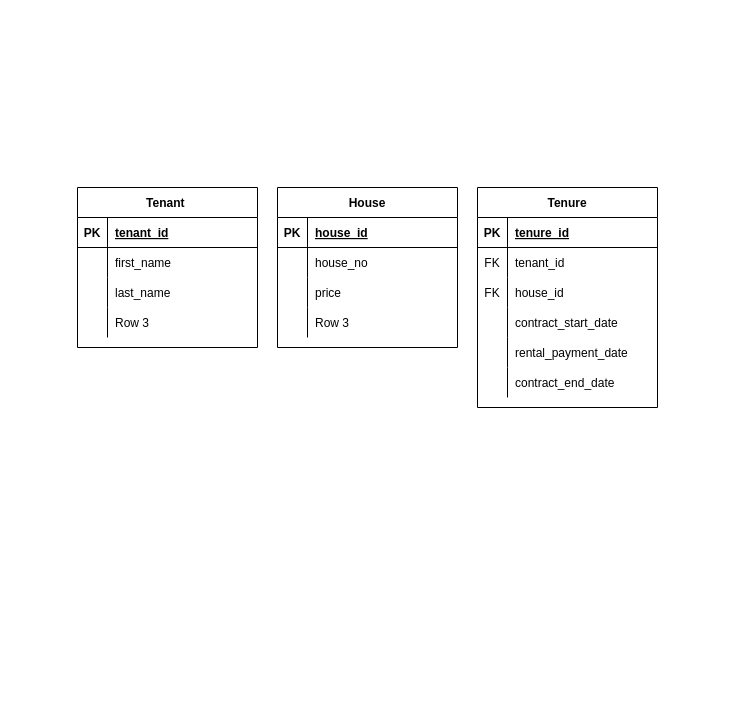
ducaoga/house_rental_pub keeps this draw.io diagram as house_rental.drawio. Above is the earlier version. Source tidied: cells renumbered, new cells numbered last; positions are measured from the earlier drawing's top-left corner, leaving out a move shared by most shapes. Both pictures are drawn from the tidied source at 100%, with x=0, y=0 at pixel (77, 187).
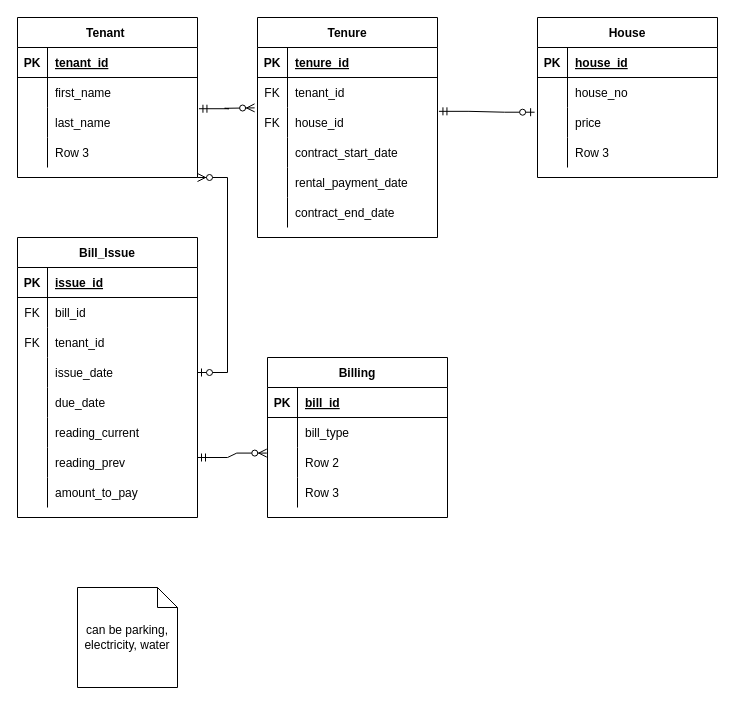
The same page after the edit.

Unchanged cells that the change refers to:
```xml
<mxCell id="9" style="shape=tableRow;horizontal=0;startSize=0;swimlaneHead=0;swimlaneBody=0;fillColor=none;points=[[0,0.5],[1,0.5]];portConstraint=eastwest;top=0;left=0;right=0;bottom=0;" parent="2" vertex="1">
  <mxGeometry y="90" width="180" height="30" as="geometry" />
</mxCell>
<mxCell id="22" style="shape=tableRow;horizontal=0;startSize=0;swimlaneHead=0;swimlaneBody=0;fillColor=none;points=[[0,0.5],[1,0.5]];portConstraint=eastwest;top=0;left=0;right=0;bottom=0;" parent="15" vertex="1">
  <mxGeometry y="90" width="180" height="30" as="geometry" />
</mxCell>
<mxCell id="41" style="shape=tableRow;horizontal=0;startSize=0;swimlaneHead=0;swimlaneBody=0;fillColor=none;points=[[0,0.5],[1,0.5]];portConstraint=eastwest;top=0;left=0;right=0;bottom=0;" parent="34" vertex="1">
  <mxGeometry y="90" width="180" height="30" as="geometry" />
</mxCell>
```

Diff of the diagram source:
```diff
@@
     <mxCell id="2" value="Tenant " style="shape=table;startSize=30;childLayout=tableLayout;rowLines=0;fontStyle=1;align=center;" parent="1" vertex="1">
-      <mxGeometry width="180" height="160" as="geometry" />
+      <mxGeometry x="-60" y="-170" width="180" height="160" as="geometry" />
     </mxCell>
@@
     <mxCell id="15" value="Tenure" style="shape=table;startSize=30;childLayout=tableLayout;rowLines=0;fontStyle=1;align=center;" parent="1" vertex="1">
-      <mxGeometry x="400" width="180" height="220" as="geometry" />
+      <mxGeometry x="180" y="-170" width="180" height="220" as="geometry" />
     </mxCell>
@@
     <mxCell id="34" value="House" style="shape=table;startSize=30;childLayout=tableLayout;rowLines=0;fontStyle=1;align=center;" parent="1" vertex="1">
-      <mxGeometry x="200" width="180" height="160" as="geometry" />
+      <mxGeometry x="460" y="-170" width="180" height="160" as="geometry" />
     </mxCell>
@@
+    <mxCell id="47" value="Billing" style="shape=table;startSize=30;childLayout=tableLayout;rowLines=0;fontStyle=1;align=center;" parent="1" vertex="1">
+      <mxGeometry x="190" y="170" width="180" height="160" as="geometry" />
+    </mxCell>
+    <mxCell id="48" style="shape=tableRow;horizontal=0;startSize=0;swimlaneHead=0;swimlaneBody=0;fillColor=none;top=0;left=0;right=0;bottom=1;" parent="47" vertex="1">
+      <mxGeometry y="30" width="180" height="30" as="geometry" />
+    </mxCell>
+    <mxCell id="49" value="PK" style="shape=partialRectangle;fillColor=none;top=0;left=0;bottom=0;right=0;fontStyle=1;overflow=hidden;" parent="48" vertex="1">
+      <mxGeometry width="30" height="30" as="geometry" />
+    </mxCell>
+    <mxCell id="50" value="bill_id" style="shape=partialRectangle;fillColor=none;top=0;left=0;bottom=0;right=0;align=left;spacingLeft=6;fontStyle=5;overflow=hidden;" parent="48" vertex="1">
+      <mxGeometry x="30" width="150" height="30" as="geometry" />
+    </mxCell>
+    <mxCell id="51" style="shape=tableRow;horizontal=0;startSize=0;swimlaneHead=0;swimlaneBody=0;fillColor=none;top=0;left=0;right=0;bottom=0;" parent="47" vertex="1">
+      <mxGeometry y="60" width="180" height="30" as="geometry" />
+    </mxCell>
+    <mxCell id="52" style="shape=partialRectangle;fillColor=none;top=0;left=0;bottom=0;right=0;overflow=hidden;" parent="51" vertex="1">
+      <mxGeometry width="30" height="30" as="geometry" />
+    </mxCell>
+    <mxCell id="53" value="bill_type" style="shape=partialRectangle;fillColor=none;top=0;left=0;bottom=0;right=0;align=left;spacingLeft=6;overflow=hidden;" parent="51" vertex="1">
+      <mxGeometry x="30" width="150" height="30" as="geometry" />
+    </mxCell>
+    <mxCell id="54" style="shape=tableRow;horizontal=0;startSize=0;swimlaneHead=0;swimlaneBody=0;fillColor=none;points=[[0,0.5],[1,0.5]];portConstraint=eastwest;top=0;left=0;right=0;bottom=0;" parent="47" vertex="1">
+      <mxGeometry y="90" width="180" height="30" as="geometry" />
+    </mxCell>
+    <mxCell id="55" style="shape=partialRectangle;fillColor=none;top=0;left=0;bottom=0;right=0;overflow=hidden;" parent="54" vertex="1">
+      <mxGeometry width="30" height="30" as="geometry" />
+    </mxCell>
+    <mxCell id="56" value="Row 2" style="shape=partialRectangle;fillColor=none;top=0;left=0;bottom=0;right=0;align=left;spacingLeft=6;overflow=hidden;" parent="54" vertex="1">
+      <mxGeometry x="30" width="150" height="30" as="geometry" />
+    </mxCell>
+    <mxCell id="57" style="shape=tableRow;horizontal=0;startSize=0;swimlaneHead=0;swimlaneBody=0;fillColor=none;top=0;left=0;right=0;bottom=0;" parent="47" vertex="1">
+      <mxGeometry y="120" width="180" height="30" as="geometry" />
+    </mxCell>
+    <mxCell id="58" style="shape=partialRectangle;fillColor=none;top=0;left=0;bottom=0;right=0;overflow=hidden;" parent="57" vertex="1">
+      <mxGeometry width="30" height="30" as="geometry" />
+    </mxCell>
+    <mxCell id="59" value="Row 3" style="shape=partialRectangle;fillColor=none;top=0;left=0;bottom=0;right=0;align=left;spacingLeft=6;overflow=hidden;" parent="57" vertex="1">
+      <mxGeometry x="30" width="150" height="30" as="geometry" />
+    </mxCell>
+    <mxCell id="60" value="Bill_Issue" style="shape=table;startSize=30;childLayout=tableLayout;rowLines=0;fontStyle=1;align=center;" parent="1" vertex="1">
+      <mxGeometry x="-60" y="50" width="180" height="280" as="geometry" />
+    </mxCell>
+    <mxCell id="61" style="shape=tableRow;horizontal=0;startSize=0;swimlaneHead=0;swimlaneBody=0;fillColor=none;top=0;left=0;right=0;bottom=1;" parent="60" vertex="1">
+      <mxGeometry y="30" width="180" height="30" as="geometry" />
+    </mxCell>
+    <mxCell id="62" value="PK" style="shape=partialRectangle;fillColor=none;top=0;left=0;bottom=0;right=0;fontStyle=1;overflow=hidden;" parent="61" vertex="1">
+      <mxGeometry width="30" height="30" as="geometry" />
+    </mxCell>
+    <mxCell id="63" value="issue_id" style="shape=partialRectangle;fillColor=none;top=0;left=0;bottom=0;right=0;align=left;spacingLeft=6;fontStyle=5;overflow=hidden;" parent="61" vertex="1">
+      <mxGeometry x="30" width="150" height="30" as="geometry" />
+    </mxCell>
+    <mxCell id="64" style="shape=tableRow;horizontal=0;startSize=0;swimlaneHead=0;swimlaneBody=0;fillColor=none;top=0;left=0;right=0;bottom=0;" parent="60" vertex="1">
+      <mxGeometry y="60" width="180" height="30" as="geometry" />
+    </mxCell>
+    <mxCell id="65" value="FK" style="shape=partialRectangle;fillColor=none;top=0;left=0;bottom=0;right=0;fontStyle=0;overflow=hidden;" parent="64" vertex="1">
+      <mxGeometry width="30" height="30" as="geometry" />
+    </mxCell>
+    <mxCell id="66" value="bill_id" style="shape=partialRectangle;fillColor=none;top=0;left=0;bottom=0;right=0;align=left;spacingLeft=6;fontStyle=0;overflow=hidden;" parent="64" vertex="1">
+      <mxGeometry x="30" width="150" height="30" as="geometry" />
+    </mxCell>
+    <mxCell id="67" style="shape=tableRow;horizontal=0;startSize=0;swimlaneHead=0;swimlaneBody=0;fillColor=none;top=0;left=0;right=0;bottom=0;" parent="60" vertex="1">
+      <mxGeometry y="90" width="180" height="30" as="geometry" />
+    </mxCell>
+    <mxCell id="68" value="FK" style="shape=partialRectangle;fillColor=none;top=0;left=0;bottom=0;right=0;fontStyle=0;overflow=hidden;" parent="67" vertex="1">
+      <mxGeometry width="30" height="30" as="geometry" />
+    </mxCell>
+    <mxCell id="69" value="tenant_id" style="shape=partialRectangle;fillColor=none;top=0;left=0;bottom=0;right=0;align=left;spacingLeft=6;fontStyle=0;overflow=hidden;" parent="67" vertex="1">
+      <mxGeometry x="30" width="150" height="30" as="geometry" />
+    </mxCell>
+    <mxCell id="70" style="shape=tableRow;horizontal=0;startSize=0;swimlaneHead=0;swimlaneBody=0;fillColor=none;points=[[0,0.5],[1,0.5]];portConstraint=eastwest;top=0;left=0;right=0;bottom=0;" parent="60" vertex="1">
+      <mxGeometry y="120" width="180" height="30" as="geometry" />
+    </mxCell>
+    <mxCell id="71" style="shape=partialRectangle;fillColor=none;top=0;left=0;bottom=0;right=0;overflow=hidden;" parent="70" vertex="1">
+      <mxGeometry width="30" height="30" as="geometry" />
+    </mxCell>
+    <mxCell id="72" value="issue_date" style="shape=partialRectangle;fillColor=none;top=0;left=0;bottom=0;right=0;align=left;spacingLeft=6;overflow=hidden;" parent="70" vertex="1">
+      <mxGeometry x="30" width="150" height="30" as="geometry" />
+    </mxCell>
+    <mxCell id="73" style="shape=tableRow;horizontal=0;startSize=0;swimlaneHead=0;swimlaneBody=0;fillColor=none;top=0;left=0;right=0;bottom=0;" parent="60" vertex="1">
+      <mxGeometry y="150" width="180" height="30" as="geometry" />
+    </mxCell>
+    <mxCell id="74" style="shape=partialRectangle;fillColor=none;top=0;left=0;bottom=0;right=0;overflow=hidden;" parent="73" vertex="1">
+      <mxGeometry width="30" height="30" as="geometry" />
+    </mxCell>
+    <mxCell id="75" value="due_date" style="shape=partialRectangle;fillColor=none;top=0;left=0;bottom=0;right=0;align=left;spacingLeft=6;overflow=hidden;" parent="73" vertex="1">
+      <mxGeometry x="30" width="150" height="30" as="geometry" />
+    </mxCell>
+    <mxCell id="76" style="shape=tableRow;horizontal=0;startSize=0;swimlaneHead=0;swimlaneBody=0;fillColor=none;top=0;left=0;right=0;bottom=0;" parent="60" vertex="1">
+      <mxGeometry y="180" width="180" height="30" as="geometry" />
+    </mxCell>
+    <mxCell id="77" style="shape=partialRectangle;fillColor=none;top=0;left=0;bottom=0;right=0;overflow=hidden;" parent="76" vertex="1">
+      <mxGeometry width="30" height="30" as="geometry" />
+    </mxCell>
+    <mxCell id="78" value="reading_current    " style="shape=partialRectangle;fillColor=none;top=0;left=0;bottom=0;right=0;align=left;spacingLeft=6;overflow=hidden;" parent="76" vertex="1">
+      <mxGeometry x="30" width="150" height="30" as="geometry" />
+    </mxCell>
+    <mxCell id="79" style="shape=tableRow;horizontal=0;startSize=0;swimlaneHead=0;swimlaneBody=0;fillColor=none;top=0;left=0;right=0;bottom=0;" parent="60" vertex="1">
+      <mxGeometry y="210" width="180" height="30" as="geometry" />
+    </mxCell>
+    <mxCell id="80" style="shape=partialRectangle;fillColor=none;top=0;left=0;bottom=0;right=0;overflow=hidden;" parent="79" vertex="1">
+      <mxGeometry width="30" height="30" as="geometry" />
+    </mxCell>
+    <mxCell id="81" value="reading_prev" style="shape=partialRectangle;fillColor=none;top=0;left=0;bottom=0;right=0;align=left;spacingLeft=6;overflow=hidden;" parent="79" vertex="1">
+      <mxGeometry x="30" width="150" height="30" as="geometry" />
+    </mxCell>
+    <mxCell id="82" style="shape=tableRow;horizontal=0;startSize=0;swimlaneHead=0;swimlaneBody=0;fillColor=none;top=0;left=0;right=0;bottom=0;" parent="60" vertex="1">
+      <mxGeometry y="240" width="180" height="30" as="geometry" />
+    </mxCell>
+    <mxCell id="83" style="shape=partialRectangle;fillColor=none;top=0;left=0;bottom=0;right=0;overflow=hidden;" parent="82" vertex="1">
+      <mxGeometry width="30" height="30" as="geometry" />
+    </mxCell>
+    <mxCell id="84" value="amount_to_pay" style="shape=partialRectangle;fillColor=none;top=0;left=0;bottom=0;right=0;align=left;spacingLeft=6;overflow=hidden;" parent="82" vertex="1">
+      <mxGeometry x="30" width="150" height="30" as="geometry" />
+    </mxCell>
+    <mxCell id="85" value="can be parking, electricity, water" style="shape=note;size=20;whiteSpace=wrap;html=1;" parent="1" vertex="1">
+      <mxGeometry y="400" width="100" height="100" as="geometry" />
+    </mxCell>
+    <mxCell id="86" style="edgeStyle=entityRelationEdgeStyle;fontSize=12;html=1;endArrow=ERzeroToMany;startArrow=ERmandOne;rounded=0;exitX=1.008;exitY=0.041;exitDx=0;exitDy=0;exitPerimeter=0;entryX=-0.016;entryY=0.012;entryDx=0;entryDy=0;entryPerimeter=0;" parent="1" edge="1" source="9" target="22">
+      <mxGeometry relative="1" as="geometry" />
+    </mxCell>
+    <mxCell id="87" style="edgeStyle=entityRelationEdgeStyle;fontSize=12;html=1;endArrow=ERzeroToOne;startArrow=ERmandOne;rounded=0;exitX=1.008;exitY=0.128;exitDx=0;exitDy=0;exitPerimeter=0;entryX=-0.016;entryY=0.157;entryDx=0;entryDy=0;entryPerimeter=0;" parent="1" edge="1" source="22" target="41">
+      <mxGeometry relative="1" as="geometry" />
+    </mxCell>
+    <mxCell id="88" style="edgeStyle=entityRelationEdgeStyle;fontSize=12;html=1;endArrow=ERzeroToMany;startArrow=ERzeroToOne;rounded=0;entryX=1;entryY=1;entryDx=0;entryDy=0;" parent="1" edge="1" source="70" target="2">
+      <mxGeometry relative="1" as="geometry" />
+    </mxCell>
+    <mxCell id="89" style="edgeStyle=entityRelationEdgeStyle;fontSize=12;html=1;endArrow=ERzeroToMany;startArrow=ERmandOne;rounded=0;entryX=-0.004;entryY=0.186;entryDx=0;entryDy=0;entryPerimeter=0;" parent="1" edge="1" target="54">
+      <mxGeometry relative="1" as="geometry">
+        <mxPoint x="120" y="270" as="sourcePoint" />
+      </mxGeometry>
+    </mxCell>
```
